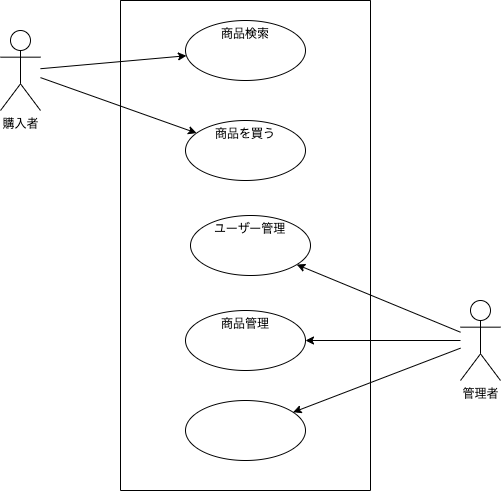
Before: test.drawio.png, a diagram exported from draw.io (hitomineo/2022-1-7-ERtest). Source tidied: cells renumbered, new cells last; positions are measured from the earlier drawing's top-left corner, leaving out a move shared by most shapes. Its diagram source:
```xml
<mxGraphModel>
  <root>
    <mxCell id="0" />
    <mxCell id="1" parent="0" />
    <mxCell id="2" style="edgeStyle=none;html=1;" parent="1" edge="1" source="4" target="6">
      <mxGeometry relative="1" as="geometry" />
    </mxCell>
    <mxCell id="3" style="edgeStyle=none;html=1;" parent="1" edge="1" source="4" target="7">
      <mxGeometry relative="1" as="geometry" />
    </mxCell>
    <mxCell id="4" value="購入者" style="shape=umlActor;verticalLabelPosition=bottom;verticalAlign=top;html=1;outlineConnect=0;" parent="1" vertex="1">
      <mxGeometry y="30" width="40" height="80" as="geometry" />
    </mxCell>
    <mxCell id="5" style="swimlane;startSize=0;" parent="1" vertex="1">
      <mxGeometry x="120" width="250" height="490" as="geometry" />
    </mxCell>
    <mxCell id="6" value="商品検索" style="ellipse;whiteSpace=wrap;html=1;verticalAlign=top;" parent="5" vertex="1">
      <mxGeometry x="65" y="20" width="120" height="60" as="geometry" />
    </mxCell>
    <mxCell id="7" value="商品を買う" style="ellipse;whiteSpace=wrap;html=1;verticalAlign=top;" parent="5" vertex="1">
      <mxGeometry x="65" y="120" width="120" height="60" as="geometry" />
    </mxCell>
    <mxCell id="8" value="ユーザー管理" style="ellipse;whiteSpace=wrap;html=1;verticalAlign=top;" parent="5" vertex="1">
      <mxGeometry x="70" y="215" width="120" height="60" as="geometry" />
    </mxCell>
    <mxCell id="9" value="商品管理" style="ellipse;whiteSpace=wrap;html=1;verticalAlign=top;" parent="5" vertex="1">
      <mxGeometry x="65" y="310" width="120" height="60" as="geometry" />
    </mxCell>
    <mxCell id="10" style="ellipse;whiteSpace=wrap;html=1;verticalAlign=top;" parent="5" vertex="1">
      <mxGeometry x="65" y="400" width="120" height="60" as="geometry" />
    </mxCell>
    <mxCell id="11" style="edgeStyle=none;html=1;" parent="1" edge="1" source="14" target="8">
      <mxGeometry relative="1" as="geometry" />
    </mxCell>
    <mxCell id="12" style="edgeStyle=none;html=1;" parent="1" edge="1" source="14" target="9">
      <mxGeometry relative="1" as="geometry" />
    </mxCell>
    <mxCell id="13" style="edgeStyle=none;html=1;" parent="1" edge="1" source="14" target="10">
      <mxGeometry relative="1" as="geometry" />
    </mxCell>
    <mxCell id="14" value="管理者" style="shape=umlActor;verticalLabelPosition=bottom;verticalAlign=top;html=1;outlineConnect=0;" parent="1" vertex="1">
      <mxGeometry x="460" y="300" width="40" height="80" as="geometry" />
    </mxCell>
  </root>
</mxGraphModel>
```
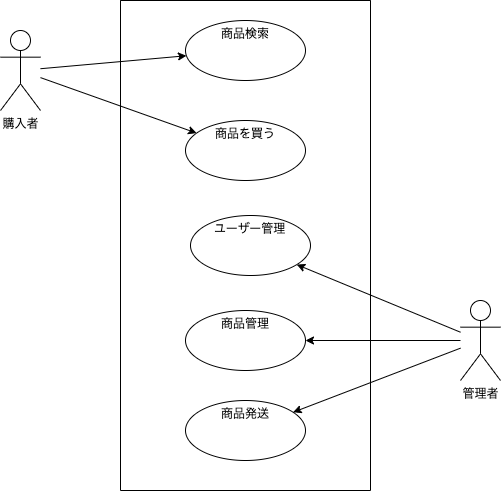
The same diagram one commit later.

Change to the diagram source:
```diff
@@ -26,7 +26,7 @@
     <mxCell id="9" value="商品管理" style="ellipse;whiteSpace=wrap;html=1;verticalAlign=top;" parent="5" vertex="1">
       <mxGeometry x="65" y="310" width="120" height="60" as="geometry" />
     </mxCell>
-    <mxCell id="10" style="ellipse;whiteSpace=wrap;html=1;verticalAlign=top;" parent="5" vertex="1">
+    <mxCell id="10" value="商品発送" style="ellipse;whiteSpace=wrap;html=1;verticalAlign=top;" parent="5" vertex="1">
       <mxGeometry x="65" y="400" width="120" height="60" as="geometry" />
     </mxCell>
     <mxCell id="11" style="edgeStyle=none;html=1;" parent="1" edge="1" source="14" target="8">
```
